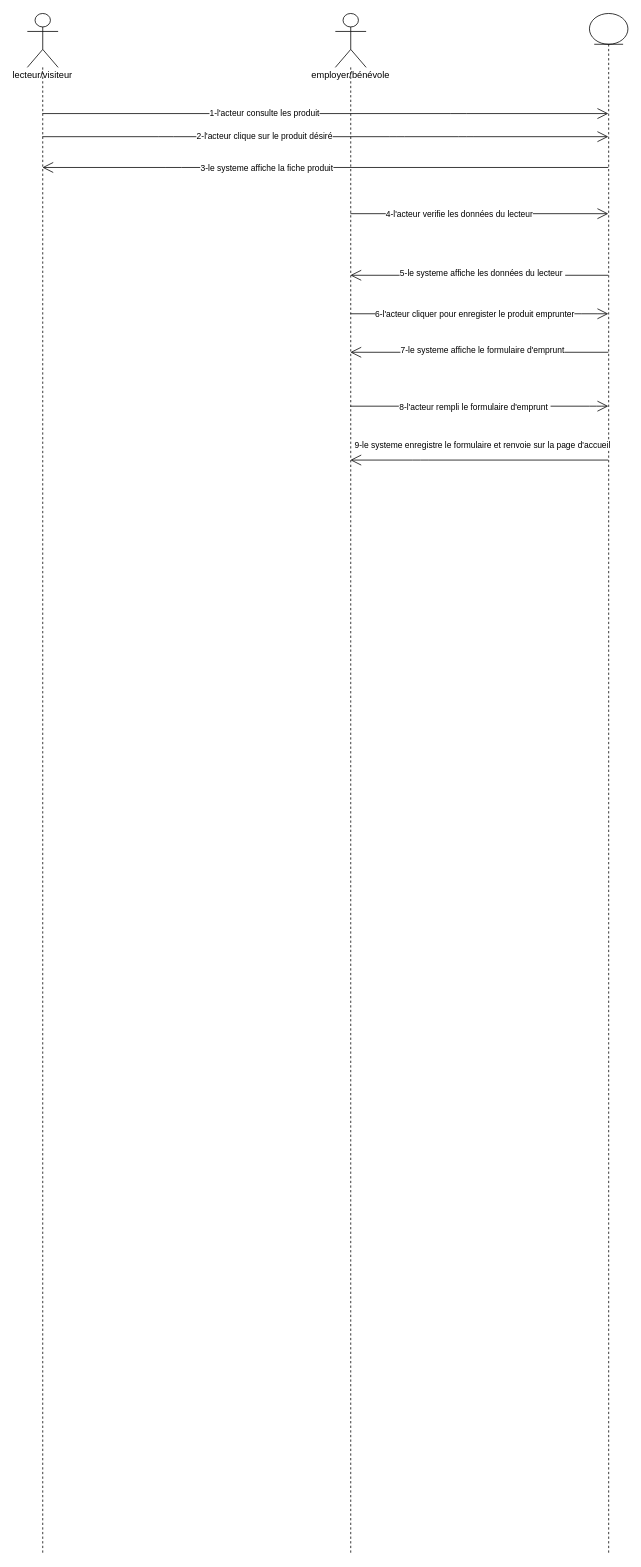
Before: cda uml/diagramme de sequence (1).drawio in fournetmatthieu/CDA, a draw.io diagram. Source tidied: cells renumbered, new cells numbered last; positions are measured from the earlier drawing's top-left corner, leaving out a move shared by most shapes. Both pictures are drawn from the tidied source at 77%, with x=0, y=0 at pixel (27, 13).
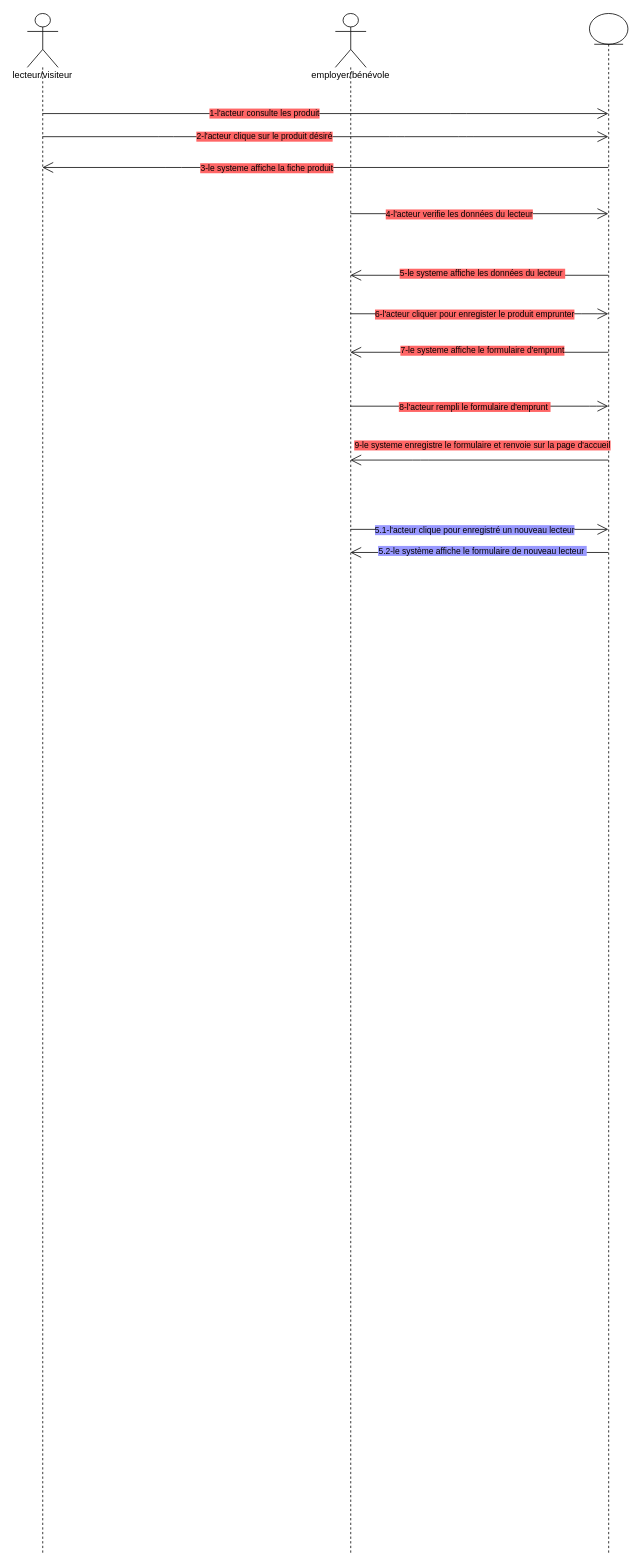
The same diagram, later.

Unchanged cells that the change refers to:
```xml
<mxCell id="2" style="shape=umlLifeline;participant=umlActor;perimeter=lifelinePerimeter;whiteSpace=wrap;html=1;verticalAlign=top;spacingTop=36;outlineConnect=0;size=70;" parent="1" vertex="1">
  <mxGeometry width="40" height="2000" as="geometry" />
</mxCell>
<mxCell id="4" style="shape=umlLifeline;participant=umlActor;perimeter=lifelinePerimeter;whiteSpace=wrap;html=1;verticalAlign=top;spacingTop=36;outlineConnect=0;size=70;" parent="1" vertex="1">
  <mxGeometry x="400" width="40" height="2000" as="geometry" />
</mxCell>
<mxCell id="6" style="shape=umlLifeline;participant=umlEntity;perimeter=lifelinePerimeter;whiteSpace=wrap;html=1;verticalAlign=top;spacingTop=36;outlineConnect=0;" parent="1" vertex="1">
  <mxGeometry x="730" width="50" height="2000" as="geometry" />
</mxCell>
```

What changed in the source:
```diff
@@
-    <mxCell id="7" style="endArrow=open;endFill=1;endSize=12;html=1;" parent="1" edge="1" source="2" target="6">
+    <mxCell id="7" style="endArrow=open;endFill=1;endSize=12;html=1;labelBackgroundColor=#FF6666;" parent="1" edge="1" source="2" target="6">
       <mxGeometry x="-0.13" y="-40" relative="1" as="geometry">
         <Array as="points">
           <mxPoint x="350" y="130" />
           <mxPoint x="560" y="130" />
         </Array>
       </mxGeometry>
     </mxCell>
-    <mxCell id="8" value="1-l'acteur consulte les produit" style="edgeLabel;html=1;align=center;verticalAlign=middle;" parent="7" vertex="1">
+    <mxCell id="8" value="1-l'acteur consulte les produit" style="edgeLabel;html=1;align=center;verticalAlign=middle;labelBackgroundColor=#FF6666;" parent="7" vertex="1">
       <mxGeometry x="-0.22" y="1" relative="1" as="geometry">
         <mxPoint x="1" as="offset" />
       </mxGeometry>
     </mxCell>
-    <mxCell id="9" style="endArrow=open;endFill=1;endSize=12;html=1;" parent="1" edge="1" source="2" target="6">
+    <mxCell id="9" style="endArrow=open;endFill=1;endSize=12;html=1;labelBackgroundColor=#FF6666;" parent="1" edge="1" source="2" target="6">
       <mxGeometry x="-0.13" y="-40" relative="1" as="geometry">
         <Array as="points">
           <mxPoint x="180" y="160" />
           <mxPoint x="480" y="160" />
           <mxPoint x="570" y="160" />
         </Array>
       </mxGeometry>
     </mxCell>
-    <mxCell id="10" value="2-l'acteur clique sur le produit désiré" style="edgeLabel;html=1;align=center;verticalAlign=middle;" parent="9" vertex="1">
+    <mxCell id="10" value="2-l'acteur clique sur le produit désiré" style="edgeLabel;html=1;align=center;verticalAlign=middle;labelBackgroundColor=#FF6666;" parent="9" vertex="1">
       <mxGeometry x="-0.22" y="1" relative="1" as="geometry">
         <mxPoint x="1" as="offset" />
       </mxGeometry>
     </mxCell>
-    <mxCell id="11" style="endArrow=open;endFill=1;endSize=12;html=1;" parent="1" edge="1" source="6" target="2">
+    <mxCell id="11" style="endArrow=open;endFill=1;endSize=12;html=1;labelBackgroundColor=#FF6666;" parent="1" edge="1" source="6" target="2">
       <mxGeometry relative="1" as="geometry">
         <Array as="points">
           <mxPoint x="190" y="200" />
         </Array>
       </mxGeometry>
     </mxCell>
-    <mxCell id="12" value="3-le systeme affiche la fiche produit" style="edgeLabel;html=1;align=center;verticalAlign=middle;" parent="11" vertex="1">
+    <mxCell id="12" value="3-le systeme affiche la fiche produit" style="edgeLabel;html=1;align=center;verticalAlign=middle;labelBackgroundColor=#FF6666;" parent="11" vertex="1">
       <mxGeometry x="0.09" y="4" relative="1" as="geometry">
         <mxPoint x="-43" y="-4" as="offset" />
       </mxGeometry>
     </mxCell>
-    <mxCell id="13" style="endArrow=open;endFill=1;endSize=12;html=1;" parent="1" edge="1" source="4" target="6">
+    <mxCell id="13" style="endArrow=open;endFill=1;endSize=12;html=1;labelBackgroundColor=#FF6666;" parent="1" edge="1" source="4" target="6">
       <mxGeometry relative="1" as="geometry">
         <Array as="points">
           <mxPoint x="510" y="260" />
         </Array>
       </mxGeometry>
     </mxCell>
-    <mxCell id="14" value="4-l'acteur verifie les données du lecteur" style="edgeLabel;html=1;align=center;verticalAlign=middle;" parent="13" vertex="1">
+    <mxCell id="14" value="4-l'acteur verifie les données du lecteur" style="edgeLabel;html=1;align=center;verticalAlign=middle;labelBackgroundColor=#FF6666;" parent="13" vertex="1">
       <mxGeometry x="-0.23" y="-3" relative="1" as="geometry">
         <mxPoint x="12" y="-3" as="offset" />
       </mxGeometry>
     </mxCell>
-    <mxCell id="15" style="endArrow=open;endFill=1;endSize=12;html=1;" parent="1" edge="1" source="6" target="4">
+    <mxCell id="15" style="endArrow=open;endFill=1;endSize=12;html=1;labelBackgroundColor=#FF6666;" parent="1" edge="1" source="6" target="4">
       <mxGeometry relative="1" as="geometry">
         <Array as="points">
           <mxPoint x="500" y="340" />
         </Array>
       </mxGeometry>
     </mxCell>
-    <mxCell id="16" value="5-le systeme affiche les données du lecteur&amp;nbsp;" style="edgeLabel;html=1;align=center;verticalAlign=middle;" parent="15" vertex="1">
+    <mxCell id="16" value="5-le systeme affiche les données du lecteur&amp;nbsp;" style="edgeLabel;html=1;align=center;verticalAlign=middle;labelBackgroundColor=#FF6666;" parent="15" vertex="1">
       <mxGeometry x="-0.23" y="-3" relative="1" as="geometry">
         <mxPoint x="-35" as="offset" />
       </mxGeometry>
     </mxCell>
-    <mxCell id="17" style="endArrow=open;endFill=1;endSize=12;html=1;" parent="1" edge="1">
+    <mxCell id="17" style="endArrow=open;endFill=1;endSize=12;html=1;labelBackgroundColor=#FF6666;" parent="1" edge="1">
       <mxGeometry relative="1" as="geometry">
         <mxPoint x="419.5" y="390" as="sourcePoint" />
         <mxPoint x="754.5" y="390" as="targetPoint" />
         <Array as="points">
           <mxPoint x="510" y="390" />
           <mxPoint x="730" y="390" />
         </Array>
       </mxGeometry>
     </mxCell>
-    <mxCell id="18" value="6-l'acteur cliquer pour enregister le produit emprunter" style="edgeLabel;html=1;align=center;verticalAlign=middle;" parent="17" vertex="1">
+    <mxCell id="18" value="6-l'acteur cliquer pour enregister le produit emprunter" style="edgeLabel;html=1;align=center;verticalAlign=middle;labelBackgroundColor=#FF6666;" parent="17" vertex="1">
       <mxGeometry x="-0.23" y="-3" relative="1" as="geometry">
         <mxPoint x="32" y="-3" as="offset" />
       </mxGeometry>
     </mxCell>
-    <mxCell id="19" style="endArrow=open;endFill=1;endSize=12;html=1;" parent="1" edge="1">
+    <mxCell id="19" style="endArrow=open;endFill=1;endSize=12;html=1;labelBackgroundColor=#FF6666;" parent="1" edge="1">
       <mxGeometry relative="1" as="geometry">
         <mxPoint x="754.5" y="440" as="sourcePoint" />
         <mxPoint x="419.5" y="440" as="targetPoint" />
         <Array as="points">
           <mxPoint x="510" y="440" />
         </Array>
       </mxGeometry>
     </mxCell>
-    <mxCell id="20" value="7-le systeme affiche le formulaire d'emprunt" style="edgeLabel;html=1;align=center;verticalAlign=middle;" parent="19" vertex="1">
+    <mxCell id="20" value="7-le systeme affiche le formulaire d'emprunt" style="edgeLabel;html=1;align=center;verticalAlign=middle;labelBackgroundColor=#FF6666;" parent="19" vertex="1">
       <mxGeometry x="-0.23" y="-3" relative="1" as="geometry">
         <mxPoint x="-35" as="offset" />
       </mxGeometry>
     </mxCell>
-    <mxCell id="21" style="endArrow=open;endFill=1;endSize=12;html=1;" parent="1" edge="1">
+    <mxCell id="21" style="endArrow=open;endFill=1;endSize=12;html=1;labelBackgroundColor=#FF6666;" parent="1" edge="1">
       <mxGeometry relative="1" as="geometry">
         <mxPoint x="419.5" y="510" as="sourcePoint" />
         <mxPoint x="754.5" y="510" as="targetPoint" />
         <Array as="points">
           <mxPoint x="520" y="510" />
           <mxPoint x="740" y="510" />
         </Array>
       </mxGeometry>
     </mxCell>
-    <mxCell id="22" value="8-l'acteur rempli le formulaire d'emprunt&amp;nbsp;" style="edgeLabel;html=1;align=center;verticalAlign=middle;" parent="21" vertex="1">
+    <mxCell id="22" value="8-l'acteur rempli le formulaire d'emprunt&amp;nbsp;" style="edgeLabel;html=1;align=center;verticalAlign=middle;labelBackgroundColor=#FF6666;" parent="21" vertex="1">
       <mxGeometry x="-0.23" y="-3" relative="1" as="geometry">
         <mxPoint x="32" y="-3" as="offset" />
       </mxGeometry>
     </mxCell>
-    <mxCell id="23" style="endArrow=open;endFill=1;endSize=12;html=1;" parent="1" edge="1" source="6" target="4">
+    <mxCell id="23" style="endArrow=open;endFill=1;endSize=12;html=1;labelBackgroundColor=#FF6666;" parent="1" edge="1" source="6" target="4">
       <mxGeometry relative="1" as="geometry">
         <Array as="points">
           <mxPoint x="510.5" y="580" />
         </Array>
       </mxGeometry>
     </mxCell>
-    <mxCell id="24" value="9-le systeme enregistre le formulaire et renvoie sur la page d'accueil" style="edgeLabel;html=1;align=center;verticalAlign=middle;" parent="23" vertex="1">
+    <mxCell id="24" value="9-le systeme enregistre le formulaire et renvoie sur la page d'accueil" style="edgeLabel;html=1;align=center;verticalAlign=middle;labelBackgroundColor=#FF6666;" parent="23" vertex="1">
       <mxGeometry x="-0.23" y="-3" relative="1" as="geometry">
         <mxPoint x="-35" y="-17" as="offset" />
       </mxGeometry>
     </mxCell>
+    <mxCell id="25" style="endArrow=open;endFill=1;endSize=12;html=1;labelBackgroundColor=#9999FF;" parent="1" edge="1" source="4" target="6">
+      <mxGeometry relative="1" as="geometry">
+        <Array as="points">
+          <mxPoint x="600" y="670" />
+        </Array>
+      </mxGeometry>
+    </mxCell>
+    <mxCell id="26" value="5.1-l'acteur clique pour enregistré un nouveau lecteur" style="edgeLabel;html=1;align=center;verticalAlign=middle;labelBackgroundColor=#9999FF;" parent="25" vertex="1">
+      <mxGeometry x="-0.23" y="-3" relative="1" as="geometry">
+        <mxPoint x="32" y="-3" as="offset" />
+      </mxGeometry>
+    </mxCell>
+    <mxCell id="27" style="endArrow=open;endFill=1;endSize=12;html=1;labelBackgroundColor=#9999FF;" parent="1" edge="1">
+      <mxGeometry relative="1" as="geometry">
+        <mxPoint x="754.5" y="700" as="sourcePoint" />
+        <mxPoint x="419.5" y="700" as="targetPoint" />
+        <Array as="points">
+          <mxPoint x="520" y="700" />
+        </Array>
+      </mxGeometry>
+    </mxCell>
+    <mxCell id="28" value="5.2-le système affiche le formulaire de nouveau lecteur&amp;nbsp;" style="edgeLabel;html=1;align=center;verticalAlign=middle;labelBackgroundColor=#9999FF;" parent="27" vertex="1">
+      <mxGeometry x="-0.23" y="-3" relative="1" as="geometry">
+        <mxPoint x="-35" as="offset" />
+      </mxGeometry>
+    </mxCell>
```
